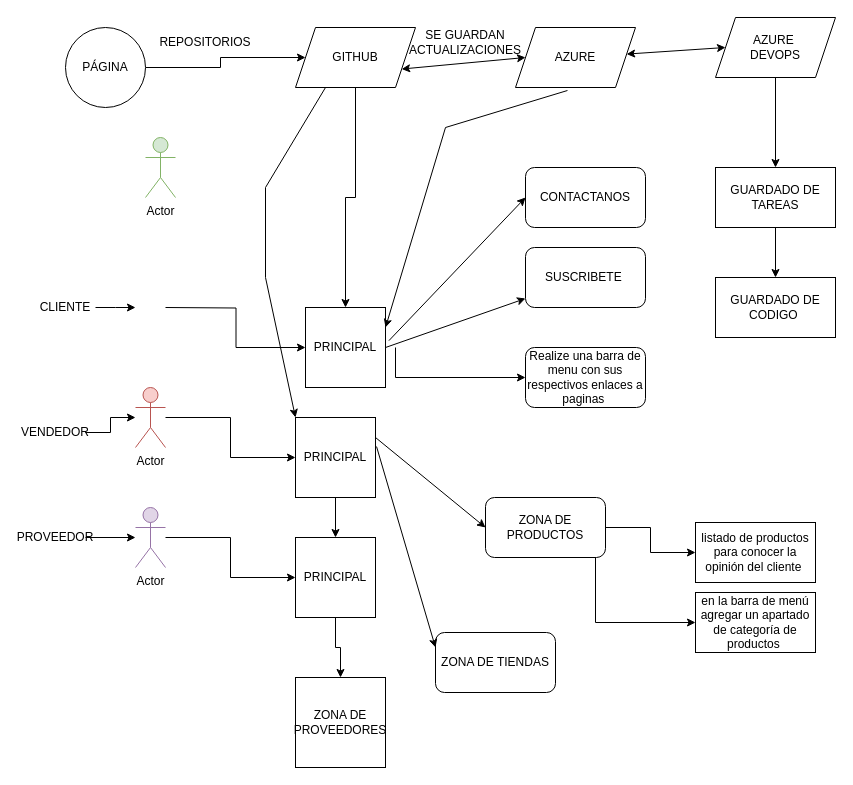
Before: Untitled Diagram.drawio in 62258553/Dise-o-de-Prueba, a draw.io diagram. Source tidied: cells renumbered, new cells numbered last; positions are measured from the earlier drawing's top-left corner, leaving out a move shared by most shapes. Both pictures are drawn from the tidied source at 100%, with x=0, y=0 at pixel (25, 17).
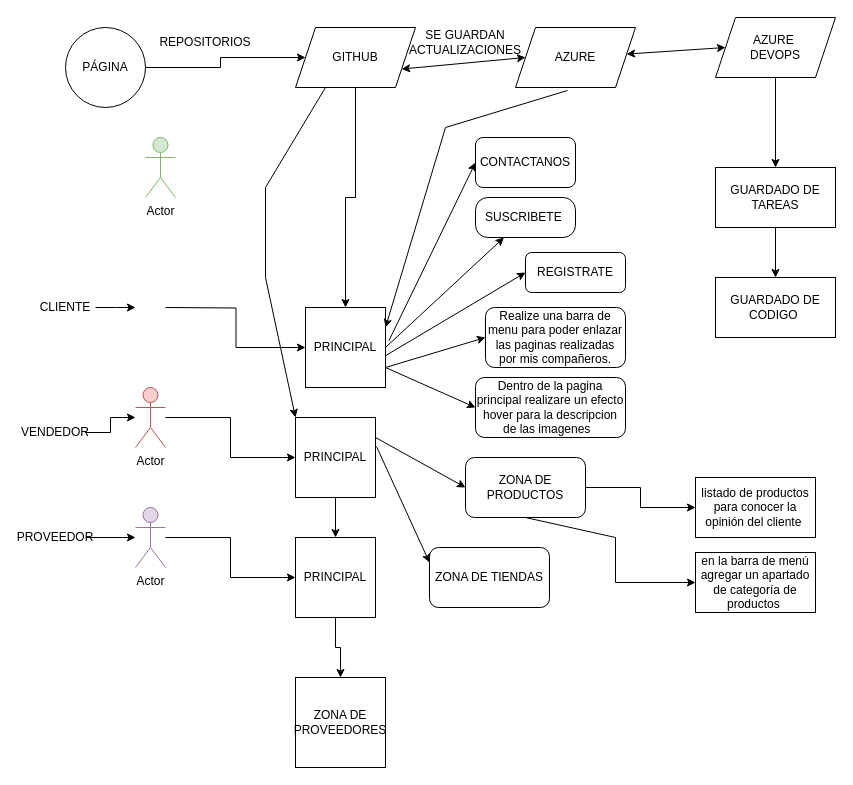
The same page after the edit.

Commit message:
pagina principal

The change refers to these unchanged cells:
```xml
<mxCell id="19" value="PRINCIPAL" style="whiteSpace=wrap;html=1;" parent="1" vertex="1">
  <mxGeometry x="280" y="290" width="80" height="80" as="geometry" />
</mxCell>
```

The edit, as a diff of the source:
```diff
@@
     <mxCell id="33" value="CONTACTANOS" style="rounded=1;whiteSpace=wrap;html=1;" parent="1" vertex="1">
-      <mxGeometry x="500" y="150" width="120" height="60" as="geometry" />
+      <mxGeometry x="450" y="120" width="100" height="50" as="geometry" />
     </mxCell>
-    <mxCell id="34" value="SUSCRIBETE&amp;nbsp;" style="rounded=1;whiteSpace=wrap;html=1;" parent="1" vertex="1">
-      <mxGeometry x="500" y="230" width="120" height="60" as="geometry" />
+    <mxCell id="34" value="SUSCRIBETE&amp;nbsp;" style="rounded=1;whiteSpace=wrap;html=1;arcSize=31;" parent="1" vertex="1">
+      <mxGeometry x="450" y="180" width="100" height="40" as="geometry" />
     </mxCell>
-    <mxCell id="35" style="edgeStyle=orthogonalEdgeStyle;rounded=0;jettySize=auto;html=1;" parent="1" edge="1" target="46">
-      <mxGeometry relative="1" as="geometry">
-        <mxPoint x="370" y="330" as="sourcePoint" />
-        <Array as="points">
-          <mxPoint x="370" y="360" />
-          <mxPoint x="540" y="360" />
-        </Array>
-      </mxGeometry>
-    </mxCell>
@@
     <mxCell id="37" value="ZONA DE PRODUCTOS" style="rounded=1;whiteSpace=wrap;html=1;" parent="1" vertex="1">
-      <mxGeometry x="460" y="480" width="120" height="60" as="geometry" />
+      <mxGeometry x="440" y="440" width="120" height="60" as="geometry" />
     </mxCell>
     <mxCell id="38" value="ZONA DE TIENDAS" style="rounded=1;whiteSpace=wrap;html=1;" parent="1" vertex="1">
-      <mxGeometry x="410" y="615" width="120" height="60" as="geometry" />
+      <mxGeometry x="404" y="530" width="120" height="60" as="geometry" />
     </mxCell>
@@
-    <mxCell id="46" value="Realize una barra de menu con sus respectivos enlaces a paginas&amp;nbsp;" style="whiteSpace=wrap;html=1;rounded=1;" parent="1" vertex="1">
-      <mxGeometry x="500" y="330" width="120" height="60" as="geometry" />
+    <mxCell id="46" value="Realize una barra de menu para poder enlazar las paginas realizadas por mis compañeros." style="whiteSpace=wrap;html=1;rounded=1;" parent="1" vertex="1">
+      <mxGeometry x="460" y="290" width="140" height="60" as="geometry" />
     </mxCell>
     <mxCell id="47" value="listado de productos para conocer la opinión del cliente&amp;nbsp;" style="rounded=0;whiteSpace=wrap;html=1;" parent="1" vertex="1">
-      <mxGeometry x="670" y="505" width="120" height="60" as="geometry" />
+      <mxGeometry x="670" y="460" width="120" height="60" as="geometry" />
     </mxCell>
     <mxCell id="48" value="en la barra de menú agregar un apartado de categoría de productos&amp;nbsp;" style="rounded=0;whiteSpace=wrap;html=1;" parent="1" vertex="1">
-      <mxGeometry x="670" y="575" width="120" height="60" as="geometry" />
+      <mxGeometry x="670" y="535" width="120" height="60" as="geometry" />
     </mxCell>
     <mxCell id="49" style="endArrow=classic;html=1;rounded=0;entryX=0;entryY=0.5;entryDx=0;entryDy=0;exitX=0.5;exitY=1;exitDx=0;exitDy=0;" parent="1" edge="1" source="37" target="48">
       <mxGeometry relative="1" as="geometry">
         <Array as="points">
-          <mxPoint x="570" y="540" />
-          <mxPoint x="570" y="605" />
+          <mxPoint x="590" y="520" />
+          <mxPoint x="590" y="565" />
         </Array>
       </mxGeometry>
     </mxCell>
+    <mxCell id="50" value="REGISTRATE" style="rounded=1;whiteSpace=wrap;html=1;" parent="1" vertex="1">
+      <mxGeometry x="500" y="235" width="100" height="40" as="geometry" />
+    </mxCell>
+    <mxCell id="51" style="endArrow=classic;html=1;rounded=0;exitX=1.004;exitY=0.6;exitDx=0;exitDy=0;exitPerimeter=0;entryX=0;entryY=0.5;entryDx=0;entryDy=0;" parent="1" edge="1" source="19" target="50">
+      <mxGeometry relative="1" as="geometry" />
+    </mxCell>
+    <mxCell id="52" style="endArrow=classic;html=1;rounded=0;exitX=1;exitY=0.75;exitDx=0;exitDy=0;entryX=0;entryY=0.5;entryDx=0;entryDy=0;" parent="1" edge="1" source="19" target="46">
+      <mxGeometry relative="1" as="geometry" />
+    </mxCell>
+    <mxCell id="53" value="Dentro de la pagina principal realizare un efecto hover para la descripcion de las imagenes&amp;nbsp;&amp;nbsp;" style="rounded=1;whiteSpace=wrap;html=1;" parent="1" vertex="1">
+      <mxGeometry x="450" y="360" width="150" height="60" as="geometry" />
+    </mxCell>
+    <mxCell id="54" style="endArrow=classic;html=1;rounded=0;entryX=0;entryY=0.5;entryDx=0;entryDy=0;" parent="1" edge="1" target="53">
+      <mxGeometry relative="1" as="geometry">
+        <mxPoint x="360" y="350" as="sourcePoint" />
+      </mxGeometry>
+    </mxCell>
```
